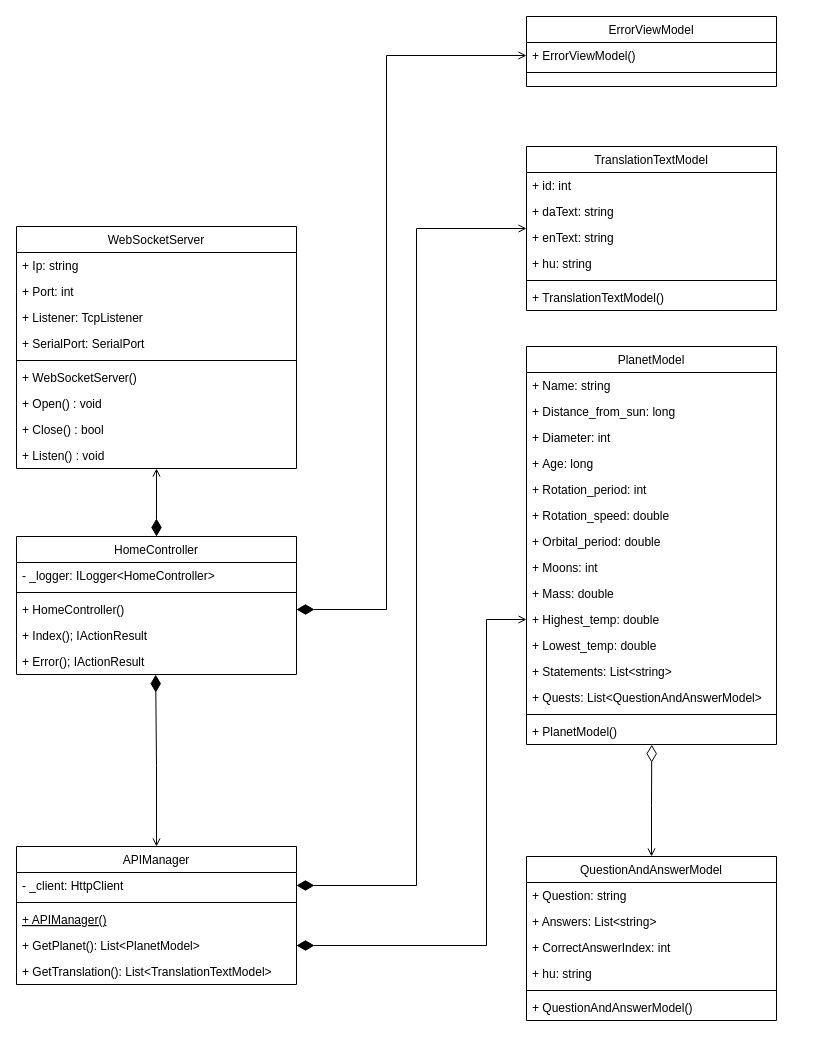
tsgsOFFICIAL/Kilgharrah keeps this draw.io diagram as Website/Website Class Diagram.drawio. Above is the earlier version. Source tidied: cells renumbered, new cells numbered last; positions are measured from the earlier drawing's top-left corner, leaving out a move shared by most shapes. Both pictures are drawn from the tidied source at 100%, with x=0, y=0 at pixel (16, 16).
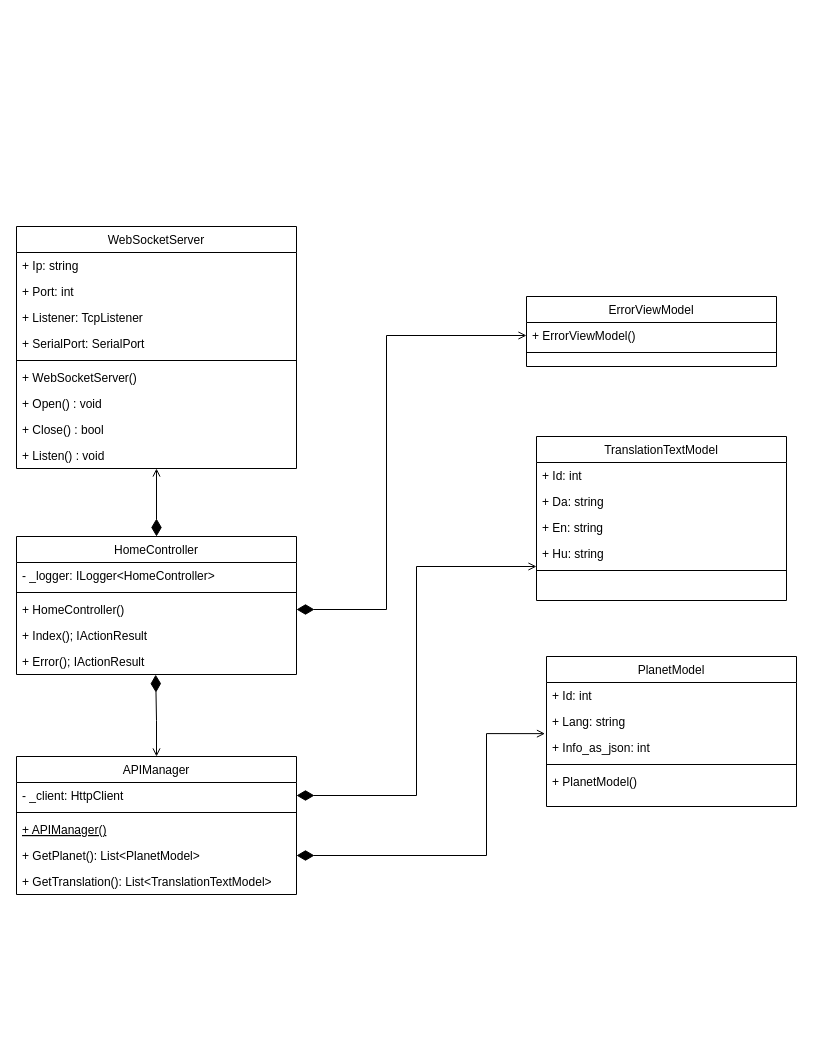
Above is the later version.

Commit message (it also covers changes not shown here):
Updated API and Website Class diagrams

Unchanged cells that the change refers to:
```xml
<mxCell id="5" value="+ HomeController()" style="text;align=left;verticalAlign=top;spacingLeft=4;spacingRight=4;overflow=hidden;points=[[0,0.5],[1,0.5]];portConstraint=eastwest;" parent="2" vertex="1">
  <mxGeometry y="60" width="280" height="26" as="geometry" />
</mxCell>
<mxCell id="10" value="- _client: HttpClient" style="text;align=left;verticalAlign=top;spacingLeft=4;spacingRight=4;overflow=hidden;points=[[0,0.5],[1,0.5]];portConstraint=eastwest;" parent="9" vertex="1">
  <mxGeometry y="26" width="280" height="26" as="geometry" />
</mxCell>
<mxCell id="13" value="+ GetPlanet(): List&lt;PlanetModel&gt;" style="text;align=left;verticalAlign=top;spacingLeft=4;spacingRight=4;overflow=hidden;points=[[0,0.5],[1,0.5]];portConstraint=eastwest;" parent="9" vertex="1">
  <mxGeometry y="86" width="280" height="26" as="geometry" />
</mxCell>
<mxCell id="24" value="+ ErrorViewModel()" style="text;align=left;verticalAlign=top;spacingLeft=4;spacingRight=4;overflow=hidden;points=[[0,0.5],[1,0.5]];portConstraint=eastwest;" parent="23" vertex="1">
  <mxGeometry y="26" width="250" height="26" as="geometry" />
</mxCell>
```

What changed in the source:
```diff
@@
     <mxCell id="9" value="APIManager" style="swimlane;fontStyle=0;align=center;verticalAlign=top;horizontal=1;startSize=26;rounded=0;shadow=0;strokeWidth=1;" parent="1" vertex="1">
-      <mxGeometry y="830" width="280" height="138" as="geometry" />
+      <mxGeometry y="740" width="280" height="138" as="geometry" />
     </mxCell>
@@
     <mxCell id="15" style="edgeStyle=orthogonalEdgeStyle;rounded=0;jettySize=auto;html=1;entryX=1;entryY=0.5;entryDx=0;entryDy=0;startArrow=open;startFill=0;endArrow=diamondThin;endFill=1;endSize=15;targetPerimeterSpacing=15;" parent="1" edge="1" source="16" target="10">
       <mxGeometry relative="1" as="geometry">
         <Array as="points">
-          <mxPoint x="400" y="212" />
-          <mxPoint x="400" y="869" />
+          <mxPoint x="400" y="550" />
+          <mxPoint x="400" y="779" />
         </Array>
       </mxGeometry>
     </mxCell>
     <mxCell id="16" value="TranslationTextModel" style="swimlane;fontStyle=0;align=center;verticalAlign=top;horizontal=1;startSize=26;rounded=0;shadow=0;strokeWidth=1;" parent="1" vertex="1">
-      <mxGeometry x="510" y="130" width="250" height="164" as="geometry" />
+      <mxGeometry x="520" y="420" width="250" height="164" as="geometry" />
     </mxCell>
-    <mxCell id="17" value="+ id: int" style="text;align=left;verticalAlign=top;spacingLeft=4;spacingRight=4;overflow=hidden;" parent="16" vertex="1">
+    <mxCell id="17" value="+ Id: int" style="text;align=left;verticalAlign=top;spacingLeft=4;spacingRight=4;overflow=hidden;" parent="16" vertex="1">
       <mxGeometry y="26" width="250" height="26" as="geometry" />
     </mxCell>
-    <mxCell id="18" value="+ daText: string" style="text;align=left;verticalAlign=top;spacingLeft=4;spacingRight=4;overflow=hidden;rounded=0;shadow=0;html=0;" parent="16" vertex="1">
+    <mxCell id="18" value="+ Da: string" style="text;align=left;verticalAlign=top;spacingLeft=4;spacingRight=4;overflow=hidden;rounded=0;shadow=0;html=0;" parent="16" vertex="1">
       <mxGeometry y="52" width="250" height="26" as="geometry" />
     </mxCell>
-    <mxCell id="19" value="+ enText: string" style="text;align=left;verticalAlign=top;spacingLeft=4;spacingRight=4;overflow=hidden;rounded=0;shadow=0;html=0;" parent="16" vertex="1">
+    <mxCell id="19" value="+ En: string" style="text;align=left;verticalAlign=top;spacingLeft=4;spacingRight=4;overflow=hidden;rounded=0;shadow=0;html=0;" parent="16" vertex="1">
       <mxGeometry y="78" width="250" height="26" as="geometry" />
     </mxCell>
-    <mxCell id="20" value="+ hu: string" style="text;align=left;verticalAlign=top;spacingLeft=4;spacingRight=4;overflow=hidden;rounded=0;shadow=0;html=0;" parent="16" vertex="1">
+    <mxCell id="20" value="+ Hu: string" style="text;align=left;verticalAlign=top;spacingLeft=4;spacingRight=4;overflow=hidden;rounded=0;shadow=0;html=0;" parent="16" vertex="1">
       <mxGeometry y="104" width="250" height="26" as="geometry" />
     </mxCell>
@@
-    <mxCell id="22" value="+ TranslationTextModel()" style="text;align=left;verticalAlign=top;spacingLeft=4;spacingRight=4;overflow=hidden;rounded=0;shadow=0;html=0;" parent="16" vertex="1">
-      <mxGeometry y="138" width="250" height="26" as="geometry" />
-    </mxCell>
     <mxCell id="23" value="ErrorViewModel" style="swimlane;fontStyle=0;align=center;verticalAlign=top;horizontal=1;startSize=26;rounded=0;shadow=0;strokeWidth=1;" parent="1" vertex="1">
-      <mxGeometry x="510" width="250" height="70" as="geometry" />
+      <mxGeometry x="510" y="280" width="250" height="70" as="geometry" />
     </mxCell>
@@
-    <mxCell id="26" style="edgeStyle=orthogonalEdgeStyle;rounded=0;jettySize=auto;html=1;entryX=1;entryY=0.5;entryDx=0;entryDy=0;startArrow=open;startFill=0;endArrow=diamondThin;endFill=1;endSize=15;targetPerimeterSpacing=15;exitX=0;exitY=0.5;exitDx=0;exitDy=0;" parent="1" edge="1" source="37" target="13">
+    <mxCell id="26" style="edgeStyle=orthogonalEdgeStyle;rounded=0;jettySize=auto;html=1;entryX=1;entryY=0.5;entryDx=0;entryDy=0;startArrow=open;startFill=0;endArrow=diamondThin;endFill=1;endSize=15;targetPerimeterSpacing=15;exitX=-0.006;exitY=0.967;exitDx=0;exitDy=0;exitPerimeter=0;" parent="1" edge="1" source="29" target="13">
       <mxGeometry relative="1" as="geometry">
         <Array as="points">
-          <mxPoint x="470" y="603" />
-          <mxPoint x="470" y="929" />
+          <mxPoint x="470" y="717" />
+          <mxPoint x="470" y="839" />
         </Array>
       </mxGeometry>
     </mxCell>
     <mxCell id="27" value="PlanetModel&#10;" style="swimlane;fontStyle=0;align=center;verticalAlign=top;horizontal=1;startSize=26;rounded=0;shadow=0;strokeWidth=1;" parent="1" vertex="1">
-      <mxGeometry x="510" y="330" width="250" height="398" as="geometry" />
+      <mxGeometry x="530" y="640" width="250" height="150" as="geometry" />
     </mxCell>
-    <mxCell id="28" value="+ Name: string" style="text;align=left;verticalAlign=top;spacingLeft=4;spacingRight=4;overflow=hidden;" parent="27" vertex="1">
+    <mxCell id="28" value="+ Id: int" style="text;align=left;verticalAlign=top;spacingLeft=4;spacingRight=4;overflow=hidden;" parent="27" vertex="1">
       <mxGeometry y="26" width="250" height="26" as="geometry" />
     </mxCell>
-    <mxCell id="29" value="+ Distance_from_sun: long" style="text;align=left;verticalAlign=top;spacingLeft=4;spacingRight=4;overflow=hidden;points=[[0,0.5],[1,0.5]];portConstraint=eastwest;" parent="27" vertex="1">
+    <mxCell id="29" value="+ Lang: string" style="text;align=left;verticalAlign=top;spacingLeft=4;spacingRight=4;overflow=hidden;points=[[0,0.5],[1,0.5]];portConstraint=eastwest;" parent="27" vertex="1">
       <mxGeometry y="52" width="250" height="26" as="geometry" />
     </mxCell>
-    <mxCell id="30" value="+ Diameter: int" style="text;align=left;verticalAlign=top;spacingLeft=4;spacingRight=4;overflow=hidden;" parent="27" vertex="1">
+    <mxCell id="30" value="+ Info_as_json: int" style="text;align=left;verticalAlign=top;spacingLeft=4;spacingRight=4;overflow=hidden;" parent="27" vertex="1">
       <mxGeometry y="78" width="250" height="26" as="geometry" />
     </mxCell>
-    <mxCell id="31" value="+ Age: long" style="text;align=left;verticalAlign=top;spacingLeft=4;spacingRight=4;overflow=hidden;" parent="27" vertex="1">
-      <mxGeometry y="104" width="250" height="26" as="geometry" />
-    </mxCell>
-    <mxCell id="32" value="+ Rotation_period: int" style="text;align=left;verticalAlign=top;spacingLeft=4;spacingRight=4;overflow=hidden;" parent="27" vertex="1">
-      <mxGeometry y="130" width="250" height="26" as="geometry" />
-    </mxCell>
-    <mxCell id="33" value="+ Rotation_speed: double" style="text;align=left;verticalAlign=top;spacingLeft=4;spacingRight=4;overflow=hidden;" parent="27" vertex="1">
-      <mxGeometry y="156" width="250" height="26" as="geometry" />
-    </mxCell>
-    <mxCell id="34" value="+ Orbital_period: double" style="text;align=left;verticalAlign=top;spacingLeft=4;spacingRight=4;overflow=hidden;" parent="27" vertex="1">
-      <mxGeometry y="182" width="250" height="26" as="geometry" />
-    </mxCell>
-    <mxCell id="35" value="+ Moons: int" style="text;align=left;verticalAlign=top;spacingLeft=4;spacingRight=4;overflow=hidden;" parent="27" vertex="1">
-      <mxGeometry y="208" width="250" height="26" as="geometry" />
-    </mxCell>
-    <mxCell id="36" value="+ Mass: double" style="text;align=left;verticalAlign=top;spacingLeft=4;spacingRight=4;overflow=hidden;" parent="27" vertex="1">
-      <mxGeometry y="234" width="250" height="26" as="geometry" />
-    </mxCell>
-    <mxCell id="37" value="+ Highest_temp: double" style="text;align=left;verticalAlign=top;spacingLeft=4;spacingRight=4;overflow=hidden;points=[[0,0.5],[1,0.5]];portConstraint=eastwest;" parent="27" vertex="1">
-      <mxGeometry y="260" width="250" height="26" as="geometry" />
-    </mxCell>
-    <mxCell id="38" value="+ Lowest_temp: double" style="text;align=left;verticalAlign=top;spacingLeft=4;spacingRight=4;overflow=hidden;" parent="27" vertex="1">
-      <mxGeometry y="286" width="250" height="26" as="geometry" />
-    </mxCell>
-    <mxCell id="39" value="+ Statements: List&lt;string&gt;" style="text;align=left;verticalAlign=top;spacingLeft=4;spacingRight=4;overflow=hidden;" parent="27" vertex="1">
-      <mxGeometry y="312" width="250" height="26" as="geometry" />
-    </mxCell>
-    <mxCell id="40" value="+ Quests: List&lt;QuestionAndAnswerModel&gt;" style="text;align=left;verticalAlign=top;spacingLeft=4;spacingRight=4;overflow=hidden;" parent="27" vertex="1">
-      <mxGeometry y="338" width="250" height="26" as="geometry" />
-    </mxCell>
     <mxCell id="41" style="line;html=1;strokeWidth=1;align=left;verticalAlign=middle;spacingTop=-1;spacingLeft=3;spacingRight=3;labelPosition=right;" parent="27" vertex="1">
-      <mxGeometry y="364" width="250" height="8" as="geometry" />
+      <mxGeometry y="104" width="250" height="8" as="geometry" />
     </mxCell>
     <mxCell id="42" value="+ PlanetModel()" style="text;align=left;verticalAlign=top;spacingLeft=4;spacingRight=4;overflow=hidden;points=[[0,0.5],[1,0.5]];portConstraint=eastwest;" parent="27" vertex="1">
-      <mxGeometry y="372" width="250" height="26" as="geometry" />
+      <mxGeometry y="112" width="250" height="26" as="geometry" />
     </mxCell>
     <mxCell id="43" style="edgeStyle=orthogonalEdgeStyle;rounded=0;jettySize=auto;html=1;entryX=1;entryY=0.5;entryDx=0;entryDy=0;startArrow=open;startFill=0;endArrow=diamondThin;endFill=1;endSize=15;targetPerimeterSpacing=15;" parent="1" edge="1" source="24" target="5">
       <mxGeometry relative="1" as="geometry">
         <Array as="points">
-          <mxPoint x="370" y="39" />
+          <mxPoint x="370" y="319" />
           <mxPoint x="370" y="593" />
         </Array>
       </mxGeometry>
     </mxCell>
@@
-    <mxCell id="55" style="edgeStyle=orthogonalEdgeStyle;rounded=0;jettySize=auto;html=1;entryX=0.501;entryY=1.007;entryDx=0;entryDy=0;entryPerimeter=0;startArrow=open;startFill=0;endArrow=diamondThin;endFill=0;endSize=15;targetPerimeterSpacing=15;" parent="1" edge="1" source="56" target="42">
-      <mxGeometry relative="1" as="geometry" />
-    </mxCell>
-    <mxCell id="56" value="QuestionAndAnswerModel" style="swimlane;fontStyle=0;align=center;verticalAlign=top;horizontal=1;startSize=26;rounded=0;shadow=0;strokeWidth=1;" parent="1" vertex="1">
-      <mxGeometry x="510" y="840" width="250" height="164" as="geometry" />
-    </mxCell>
-    <mxCell id="57" value="+ Question: string" style="text;align=left;verticalAlign=top;spacingLeft=4;spacingRight=4;overflow=hidden;" parent="56" vertex="1">
-      <mxGeometry y="26" width="250" height="26" as="geometry" />
-    </mxCell>
-    <mxCell id="58" value="+ Answers: List&lt;string&gt;" style="text;align=left;verticalAlign=top;spacingLeft=4;spacingRight=4;overflow=hidden;rounded=0;shadow=0;html=0;" parent="56" vertex="1">
-      <mxGeometry y="52" width="250" height="26" as="geometry" />
-    </mxCell>
-    <mxCell id="59" value="+ CorrectAnswerIndex: int" style="text;align=left;verticalAlign=top;spacingLeft=4;spacingRight=4;overflow=hidden;rounded=0;shadow=0;html=0;" parent="56" vertex="1">
-      <mxGeometry y="78" width="250" height="26" as="geometry" />
-    </mxCell>
-    <mxCell id="60" value="+ hu: string" style="text;align=left;verticalAlign=top;spacingLeft=4;spacingRight=4;overflow=hidden;rounded=0;shadow=0;html=0;" parent="56" vertex="1">
-      <mxGeometry y="104" width="250" height="26" as="geometry" />
-    </mxCell>
-    <mxCell id="61" style="line;html=1;strokeWidth=1;align=left;verticalAlign=middle;spacingTop=-1;spacingLeft=3;spacingRight=3;labelPosition=right;" parent="56" vertex="1">
-      <mxGeometry y="130" width="250" height="8" as="geometry" />
-    </mxCell>
-    <mxCell id="62" value="+ QuestionAndAnswerModel()" style="text;align=left;verticalAlign=top;spacingLeft=4;spacingRight=4;overflow=hidden;rounded=0;shadow=0;html=0;" parent="56" vertex="1">
-      <mxGeometry y="138" width="250" height="26" as="geometry" />
-    </mxCell>
```
